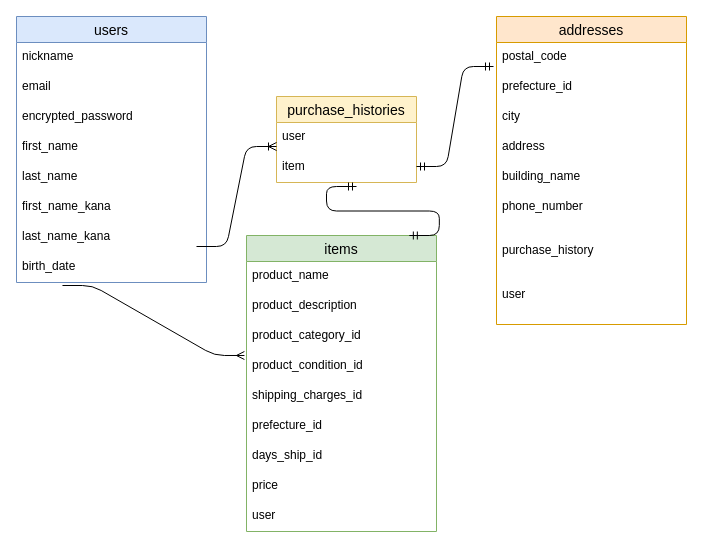
The draw.io diagram ERZU.dio in Yuuki0205/furima-35553, before the edit. Source tidied: cells renumbered, new cells numbered last; positions are measured from the earlier drawing's top-left corner, leaving out a move shared by most shapes. Both pictures are drawn from the tidied source at 100%, with x=0, y=0 at pixel (16, 16).
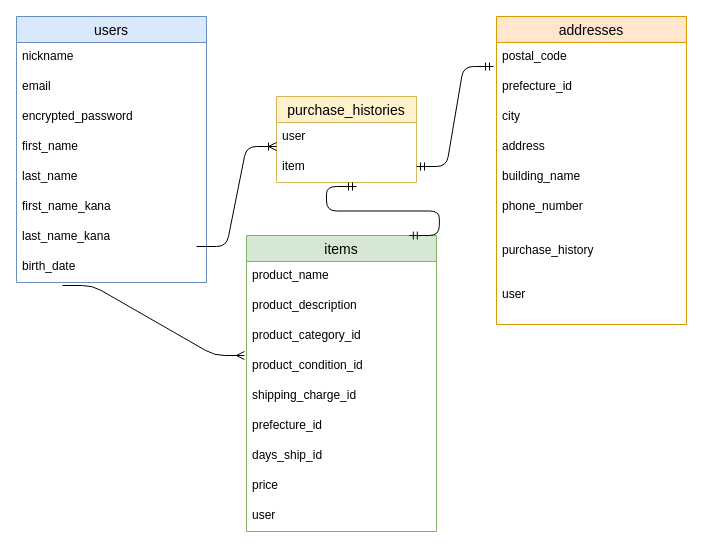
The same diagram, later.

Commit message (it also covers changes not shown here):
Basic認証機能の実装

The change refers to these unchanged cells:
```xml
<mxCell id="11" value="items" style="swimlane;fontStyle=0;horizontal=1;startSize=26;align=center;fontSize=14;fillColor=#d5e8d4;strokeColor=#82b366;" parent="1" vertex="1">
  <mxGeometry x="230" y="219" width="190" height="296" as="geometry" />
</mxCell>
```

What changed in the source:
```diff
@@
-    <mxCell id="16" value="shipping_charges_id" style="text;strokeColor=none;fillColor=none;spacingLeft=4;spacingRight=4;overflow=hidden;fontSize=12;" parent="11" vertex="1">
+    <mxCell id="16" value="shipping_charge_id" style="text;strokeColor=none;fillColor=none;spacingLeft=4;spacingRight=4;overflow=hidden;fontSize=12;" parent="11" vertex="1">
       <mxGeometry y="146" width="190" height="30" as="geometry" />
     </mxCell>
```
